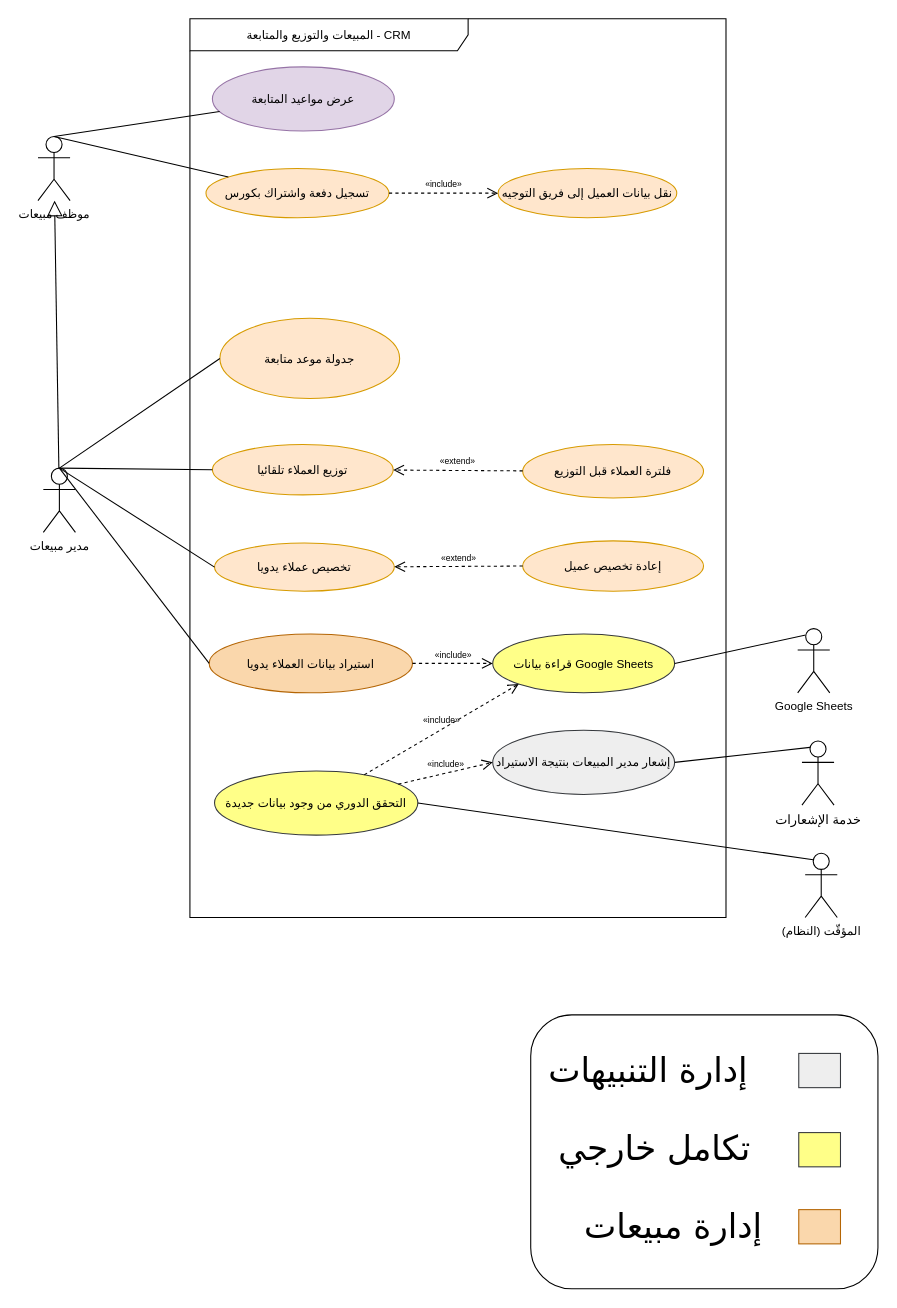
Above: page "3-المبيعات والتوزيع" (5 of 9) of docs/analysis/Use Case Diagrams.drawio in QF-MJ/crm-al-mohtaref (draw.io), before the change. Source tidied: cells renumbered, new cells numbered last; positions are measured from the earlier drawing's top-left corner, leaving out a move shared by most shapes. Both pictures are drawn from the tidied source at 107%, with x=0, y=0 at pixel (37, 18).
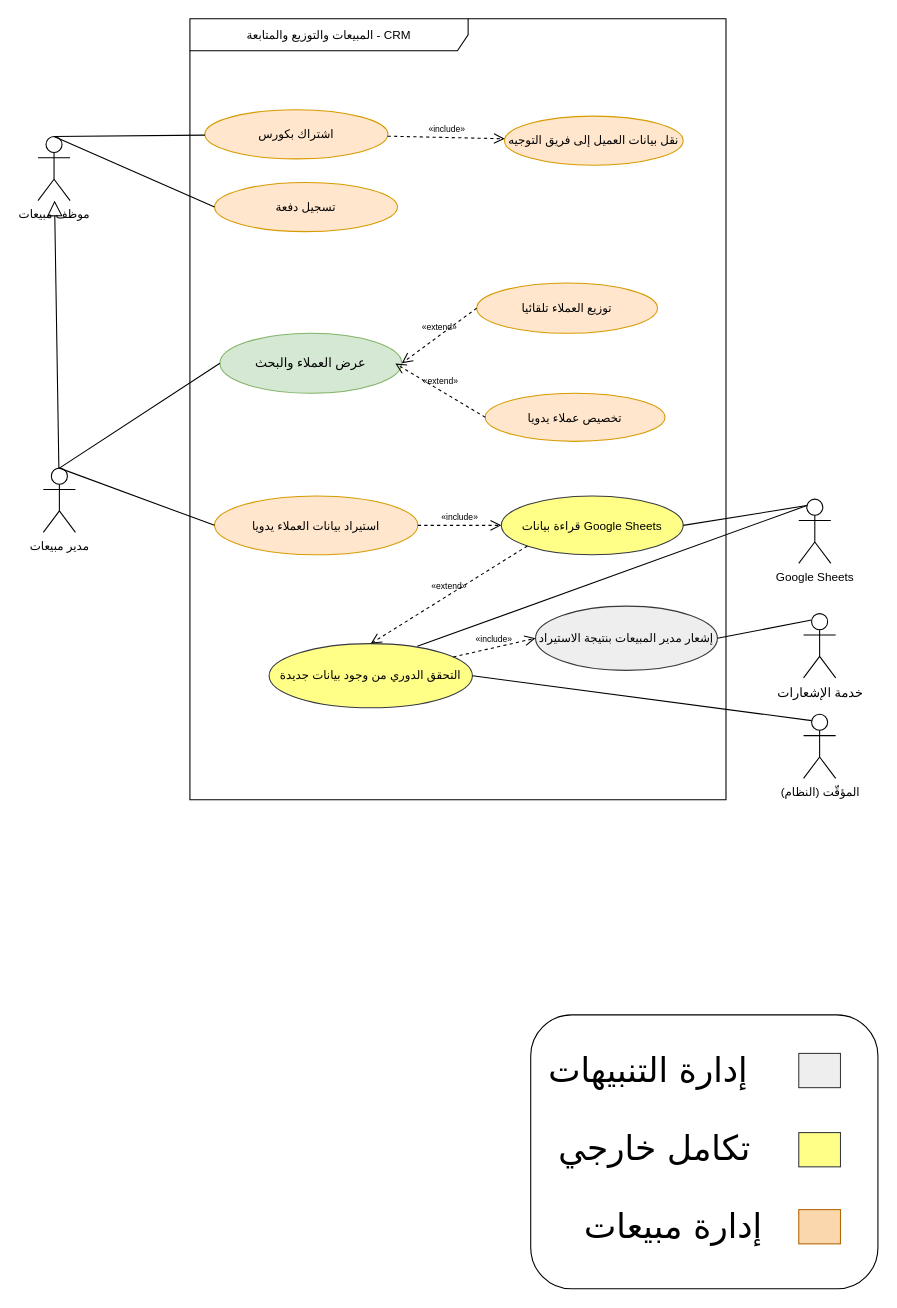
After the change.

Unchanged cells that the change refers to:
```xml
<mxCell id="3" value="موظف مبيعات" style="shape=umlActor;verticalLabelPosition=bottom;verticalAlign=top;html=1;outlineConnect=0;fontSize=11;" parent="1" vertex="1">
  <mxGeometry y="110" width="30" height="60" as="geometry" />
</mxCell>
<mxCell id="4" value="مدير مبيعات" style="shape=umlActor;verticalLabelPosition=bottom;verticalAlign=top;html=1;outlineConnect=0;fontSize=11;" parent="1" vertex="1">
  <mxGeometry x="5" y="420" width="30" height="60" as="geometry" />
</mxCell>
```

What changed in the source:
```diff
@@
     <mxCell id="2" value="المبيعات والتوزيع والمتابعة - CRM" style="shape=umlFrame;whiteSpace=wrap;html=1;width=260;height=30;fontSize=11;" parent="1" vertex="1">
-      <mxGeometry x="142" width="501" height="840" as="geometry" />
+      <mxGeometry x="142" width="501" height="730" as="geometry" />
     </mxCell>
@@
     <mxCell id="5" value="Google Sheets" style="shape=umlActor;verticalLabelPosition=bottom;verticalAlign=top;html=1;outlineConnect=0;fontSize=11;" parent="1" vertex="1">
-      <mxGeometry x="710" y="570" width="30" height="60" as="geometry" />
+      <mxGeometry x="711" y="449" width="30" height="60" as="geometry" />
     </mxCell>
     <mxCell id="6" value="المؤقّت (النظام)" style="shape=umlActor;verticalLabelPosition=bottom;verticalAlign=top;html=1;outlineConnect=0;fontSize=11;" parent="1" vertex="1">
-      <mxGeometry x="717" y="780" width="30" height="60" as="geometry" />
+      <mxGeometry x="715.5" y="650" width="30" height="60" as="geometry" />
     </mxCell>
-    <mxCell id="7" value="عرض مواعيد المتابعة" style="ellipse;whiteSpace=wrap;html=1;fillColor=#e1d5e7;strokeColor=#9673a6;fontSize=11;" parent="1" vertex="1">
-      <mxGeometry x="163" y="45" width="170" height="60" as="geometry" />
-    </mxCell>
-    <mxCell id="8" value="تسجيل دفعة واشتراك بكورس" style="ellipse;whiteSpace=wrap;html=1;fillColor=#ffe6cc;strokeColor=#d79b00;fontSize=11;" parent="1" vertex="1">
-      <mxGeometry x="157" y="140" width="171" height="46" as="geometry" />
+    <mxCell id="8" value="اشتراك بكورس" style="ellipse;whiteSpace=wrap;html=1;fillColor=#ffe6cc;strokeColor=#d79b00;fontSize=11;" parent="1" vertex="1">
+      <mxGeometry x="156" y="85" width="171" height="46" as="geometry" />
     </mxCell>
     <mxCell id="9" value="نقل بيانات العميل إلى فريق التوجيه" style="ellipse;whiteSpace=wrap;html=1;fillColor=#ffe6cc;strokeColor=#d79b00;fontSize=11;" parent="1" vertex="1">
-      <mxGeometry x="430" y="140" width="167" height="46" as="geometry" />
+      <mxGeometry x="436" y="91" width="167" height="46" as="geometry" />
     </mxCell>
-    <mxCell id="10" value="جدولة موعد متابعة" style="ellipse;whiteSpace=wrap;html=1;fillColor=#ffe6cc;strokeColor=#d79b00;fontSize=11;" parent="1" vertex="1">
-      <mxGeometry x="170" y="280" width="168" height="75" as="geometry" />
-    </mxCell>
     <mxCell id="11" value="توزيع العملاء تلقائيا" style="ellipse;whiteSpace=wrap;html=1;fillColor=#ffe6cc;strokeColor=#d79b00;fontSize=11;" parent="1" vertex="1">
-      <mxGeometry x="163" y="398" width="169" height="47" as="geometry" />
+      <mxGeometry x="410" y="247" width="169" height="47" as="geometry" />
     </mxCell>
-    <mxCell id="12" value="فلترة العملاء قبل التوزيع" style="ellipse;whiteSpace=wrap;html=1;fillColor=#ffe6cc;strokeColor=#d79b00;fontSize=11;" parent="1" vertex="1">
-      <mxGeometry x="453" y="398" width="169" height="50" as="geometry" />
-    </mxCell>
     <mxCell id="13" value="تخصيص عملاء يدويا" style="ellipse;whiteSpace=wrap;html=1;fillColor=#ffe6cc;strokeColor=#d79b00;fontSize=11;" parent="1" vertex="1">
-      <mxGeometry x="165" y="490" width="168" height="45" as="geometry" />
+      <mxGeometry x="418" y="350" width="168" height="45" as="geometry" />
     </mxCell>
-    <mxCell id="14" value="إعادة تخصيص عميل" style="ellipse;whiteSpace=wrap;html=1;fillColor=#ffe6cc;strokeColor=#d79b00;fontSize=11;" parent="1" vertex="1">
-      <mxGeometry x="453" y="488" width="169" height="47" as="geometry" />
-    </mxCell>
-    <mxCell id="15" value="استيراد بيانات العملاء يدويا" style="ellipse;whiteSpace=wrap;html=1;fillColor=#fad7ac;strokeColor=#b46504;fontSize=11;" parent="1" vertex="1">
-      <mxGeometry x="160" y="575" width="190" height="55" as="geometry" />
+    <mxCell id="15" value="استيراد بيانات العملاء يدويا" style="ellipse;whiteSpace=wrap;html=1;fillColor=#ffe6cc;strokeColor=#d79b00;fontSize=11;" parent="1" vertex="1">
+      <mxGeometry x="165" y="446" width="190" height="55" as="geometry" />
     </mxCell>
     <mxCell id="16" value="قراءة بيانات Google Sheets" style="ellipse;whiteSpace=wrap;html=1;fillColor=#ffff88;strokeColor=#36393d;fontSize=11;" parent="1" vertex="1">
-      <mxGeometry x="425" y="575" width="170" height="55" as="geometry" />
+      <mxGeometry x="433" y="446" width="170" height="55" as="geometry" />
     </mxCell>
     <mxCell id="17" value="إشعار مدير المبيعات بنتيجة الاستيراد" style="ellipse;whiteSpace=wrap;html=1;fillColor=#eeeeee;strokeColor=#36393d;fontSize=11;" parent="1" vertex="1">
-      <mxGeometry x="425" y="665" width="170" height="60" as="geometry" />
+      <mxGeometry x="465" y="549" width="170" height="60" as="geometry" />
     </mxCell>
     <mxCell id="18" value="التحقق الدوري من وجود بيانات جديدة" style="ellipse;whiteSpace=wrap;html=1;fillColor=#ffff88;strokeColor=#36393d;fontSize=11;" parent="1" vertex="1">
-      <mxGeometry x="165" y="703" width="190" height="60" as="geometry" />
+      <mxGeometry x="216" y="584" width="190" height="60" as="geometry" />
     </mxCell>
@@
-    <mxCell id="20" style="endArrow=none;html=1;exitX=0.5;exitY=0;exitDx=0;exitDy=0;exitPerimeter=0;" parent="1" edge="1" source="3" target="7">
-      <mxGeometry relative="1" as="geometry" />
-    </mxCell>
@@
-    <mxCell id="22" style="endArrow=none;html=1;entryX=0;entryY=0.5;entryDx=0;entryDy=0;exitX=0.5;exitY=0;exitDx=0;exitDy=0;exitPerimeter=0;" parent="1" edge="1" source="4" target="10">
-      <mxGeometry relative="1" as="geometry" />
-    </mxCell>
-    <mxCell id="23" style="endArrow=none;html=1;entryX=0;entryY=0.5;entryDx=0;entryDy=0;exitX=0.5;exitY=0;exitDx=0;exitDy=0;exitPerimeter=0;" parent="1" edge="1" source="4" target="11">
-      <mxGeometry relative="1" as="geometry" />
-    </mxCell>
-    <mxCell id="24" style="endArrow=none;html=1;entryX=0;entryY=0.5;entryDx=0;entryDy=0;exitX=0.5;exitY=0;exitDx=0;exitDy=0;exitPerimeter=0;" parent="1" edge="1" source="4" target="13">
-      <mxGeometry relative="1" as="geometry" />
-    </mxCell>
@@
-    <mxCell id="27" value="«extend»" style="html=1;verticalAlign=bottom;endArrow=open;dashed=1;endSize=8;fontSize=8;labelBackgroundColor=none;" parent="1" edge="1" source="12" target="11">
-      <mxGeometry relative="1" as="geometry" />
-    </mxCell>
-    <mxCell id="28" value="«extend»" style="html=1;verticalAlign=bottom;endArrow=open;dashed=1;endSize=8;fontSize=8;labelBackgroundColor=none;" parent="1" edge="1" source="14" target="13">
-      <mxGeometry relative="1" as="geometry" />
-    </mxCell>
@@
-    <mxCell id="32" value="«include»" style="html=1;verticalAlign=bottom;endArrow=open;dashed=1;endSize=8;fontSize=8;labelBackgroundColor=none;entryX=0;entryY=1;entryDx=0;entryDy=0;" parent="1" edge="1" source="18" target="16">
-      <mxGeometry relative="1" as="geometry" />
-    </mxCell>
@@
     <mxCell id="34" value="&lt;div&gt;خدمة الإشعارات&lt;/div&gt;" style="shape=umlActor;verticalLabelPosition=bottom;verticalAlign=top;html=1;outlineConnect=0;" parent="1" vertex="1">
-      <mxGeometry x="714" y="675" width="30" height="60" as="geometry" />
+      <mxGeometry x="715.5" y="556" width="30" height="60" as="geometry" />
     </mxCell>
@@
+    <mxCell id="44" value="&lt;div style=&quot;text-align: start;&quot;&gt;تسجيل دفعة&lt;/div&gt;" style="ellipse;whiteSpace=wrap;html=1;fillColor=#ffe6cc;strokeColor=#d79b00;fontSize=11;" parent="1" vertex="1">
+      <mxGeometry x="165" y="153" width="171" height="46" as="geometry" />
+    </mxCell>
+    <mxCell id="45" style="endArrow=none;html=1;exitX=0.5;exitY=0;exitDx=0;exitDy=0;exitPerimeter=0;entryX=0;entryY=0.5;entryDx=0;entryDy=0;" parent="1" edge="1" source="3" target="44">
+      <mxGeometry relative="1" as="geometry" />
+    </mxCell>
+    <mxCell id="46" value="عرض العملاء والبحث" style="ellipse;whiteSpace=wrap;html=1;fontSize=12;fillColor=#d5e8d4;strokeColor=#82b366;" parent="1" vertex="1">
+      <mxGeometry x="170" y="294" width="170" height="56" as="geometry" />
+    </mxCell>
+    <mxCell id="47" style="endArrow=none;html=1;rounded=0;entryX=0;entryY=0.5;entryDx=0;entryDy=0;exitX=0.5;exitY=0;exitDx=0;exitDy=0;exitPerimeter=0;" parent="1" edge="1" source="4" target="46">
+      <mxGeometry relative="1" as="geometry" />
+    </mxCell>
+    <mxCell id="48" value="«extend»" style="html=1;verticalAlign=bottom;endArrow=open;dashed=1;endSize=8;fontSize=8;labelBackgroundColor=none;entryX=1;entryY=0.5;entryDx=0;entryDy=0;exitX=0;exitY=0.5;exitDx=0;exitDy=0;" parent="1" edge="1" source="11" target="46">
+      <mxGeometry relative="1" as="geometry" />
+    </mxCell>
+    <mxCell id="49" value="«extend»" style="html=1;verticalAlign=bottom;endArrow=open;dashed=1;endSize=8;fontSize=8;labelBackgroundColor=none;exitX=0;exitY=0.5;exitDx=0;exitDy=0;" parent="1" edge="1" source="13">
+      <mxGeometry relative="1" as="geometry">
+        <mxPoint x="334" y="322.3" as="targetPoint" />
+      </mxGeometry>
+    </mxCell>
+    <mxCell id="50" style="endArrow=none;html=1;entryX=0.25;entryY=0.1;entryDx=0;entryDy=0;exitX=0.729;exitY=0.043;exitDx=0;exitDy=0;entryPerimeter=0;exitPerimeter=0;" parent="1" edge="1" source="18" target="5">
+      <mxGeometry relative="1" as="geometry" />
+    </mxCell>
+    <mxCell id="51" value="«extend»" style="html=1;verticalAlign=bottom;endArrow=open;dashed=1;endSize=8;fontSize=8;labelBackgroundColor=none;exitX=0;exitY=1;exitDx=0;exitDy=0;entryX=0.5;entryY=0;entryDx=0;entryDy=0;" parent="1" edge="1" source="16" target="18">
+      <mxGeometry relative="1" as="geometry" />
+    </mxCell>
```
